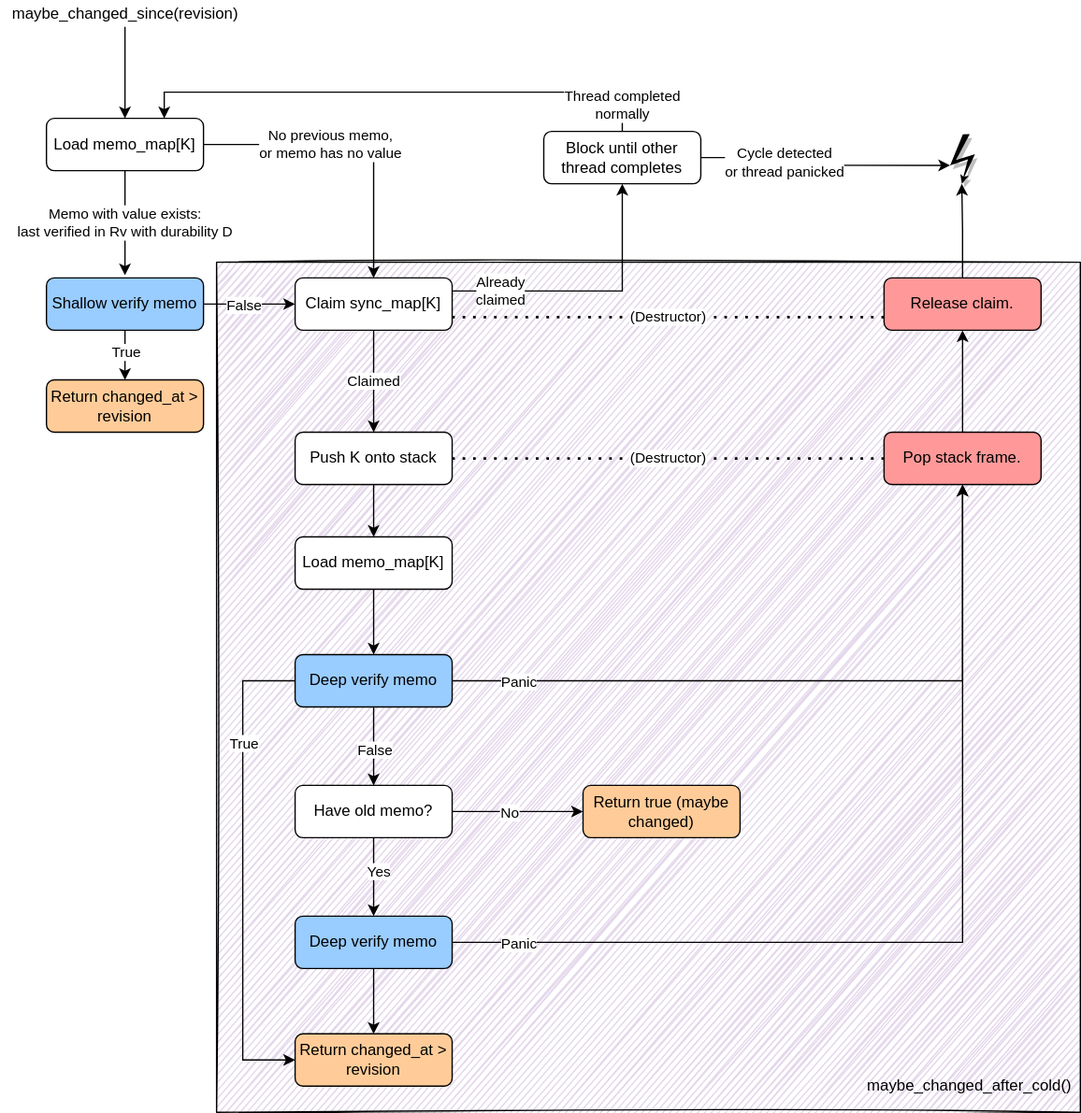
Earlier version of the draw.io export book/src/derived-query-maybe-changed-after.drawio.svg (salsa-rs/salsa). Source tidied: cells renumbered, new cells last; positions are measured from the earlier drawing's top-left corner, leaving out a move shared by most shapes.
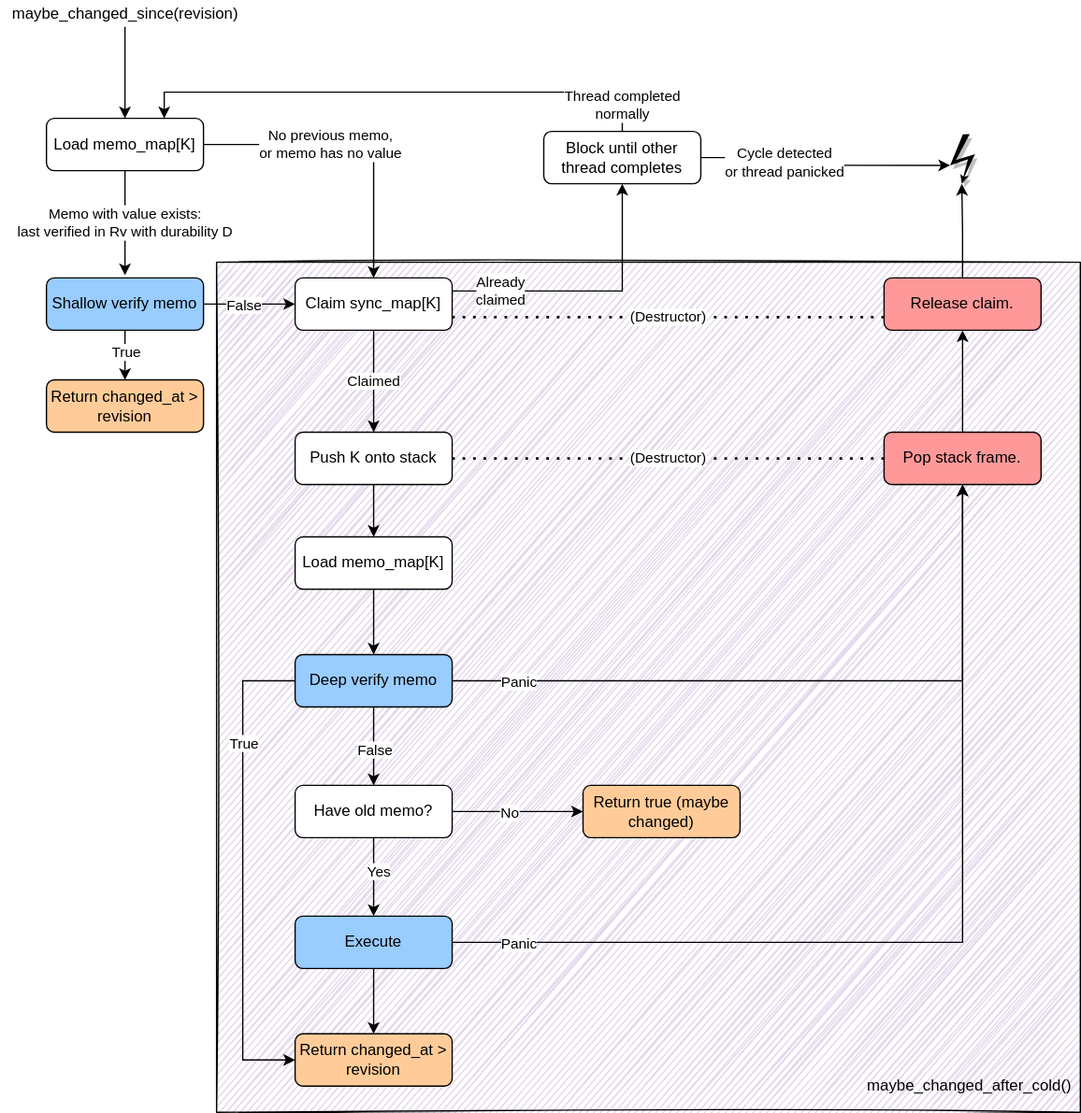
Later version of the same file.

Change to the diagram source:
```diff
@@ -139,7 +139,7 @@
         <mxPoint x="22" y="-4" as="offset" />
       </mxGeometry>
     </mxCell>
-    <mxCell id="40" value="&lt;div&gt;Deep verify memo&lt;br&gt;&lt;/div&gt;" style="rounded=1;whiteSpace=wrap;html=1;fontSize=12;glass=0;strokeWidth=1;shadow=0;fillColor=#99CCFF;strokeColor=default;fontColor=default;" parent="1" vertex="1">
+    <mxCell id="40" value="Execute" style="rounded=1;whiteSpace=wrap;html=1;fontSize=12;glass=0;strokeWidth=1;shadow=0;fillColor=#99CCFF;strokeColor=default;fontColor=default;" parent="1" vertex="1">
       <mxGeometry x="225" y="700" width="120" height="40" as="geometry" />
     </mxCell>
     <mxCell id="41" style="edgeStyle=orthogonalEdgeStyle;rounded=0;jettySize=auto;html=1;" parent="1" edge="1" source="45" target="40">
```
